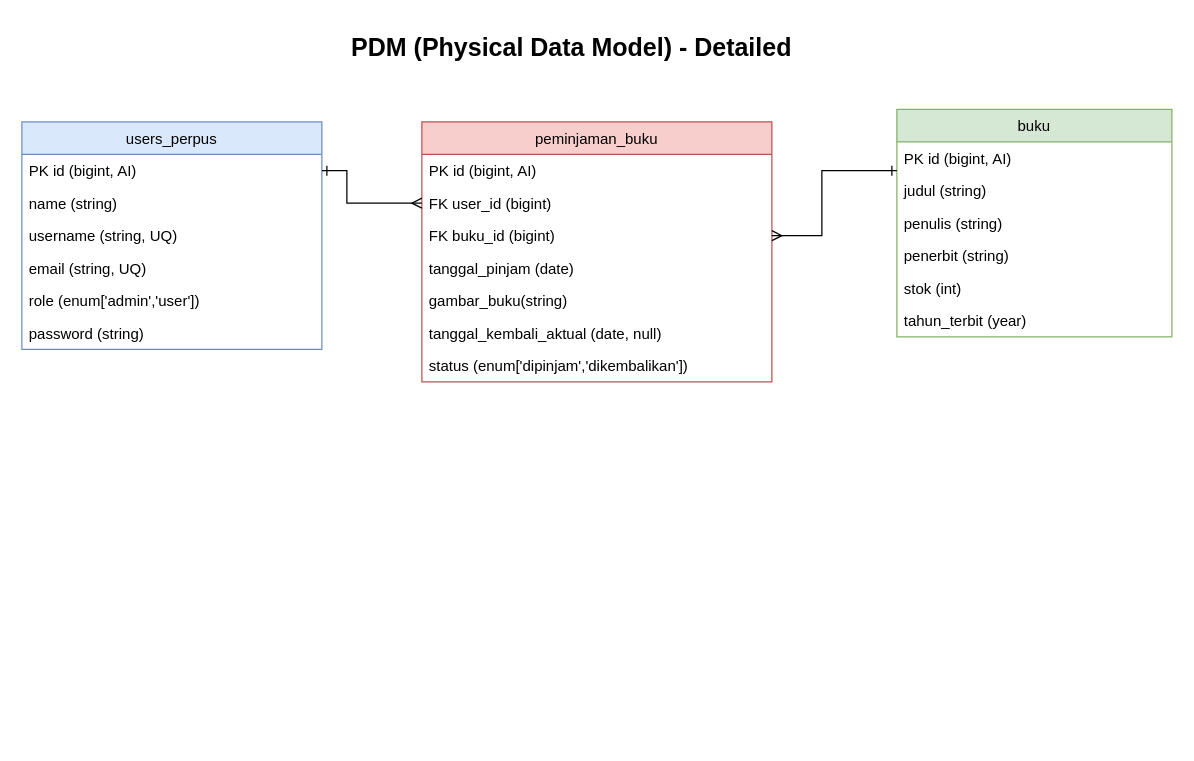
Before: pdm_perpus.drawio.xml in AdityaWijayaPutra30/Tugas-Akhir-DPW, a draw.io diagram. Source tidied: cells renumbered, new cells numbered last; positions are measured from the earlier drawing's top-left corner, leaving out a move shared by most shapes. Both pictures are drawn from the tidied source at 125%, with x=0, y=0 at pixel (21, 21).
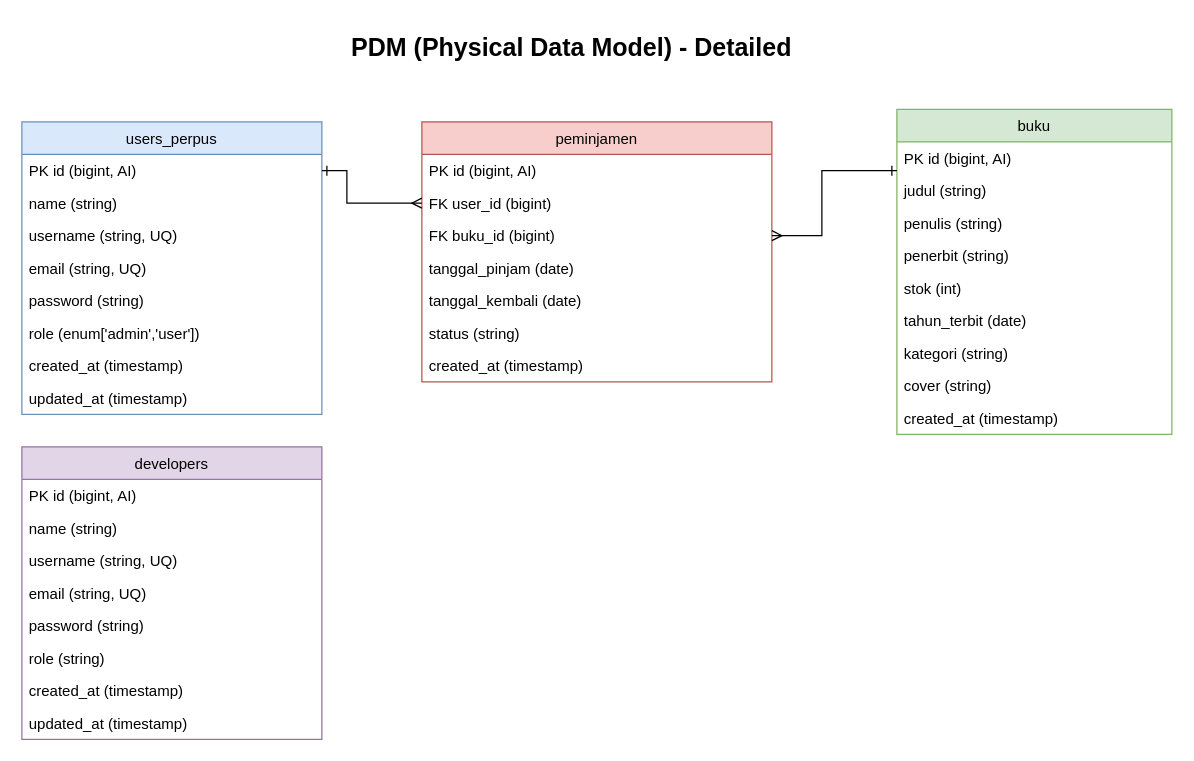
Above is the later version.

Change to the diagram source:
```diff
@@
     <mxCell id="3" value="users_perpus" style="swimlane;fontStyle=0;horizontal=1;startSize=26;fillColor=#dae8fc;strokeColor=#6c8ebf;" parent="1" vertex="1">
-      <mxGeometry y="80" width="240" height="182" as="geometry" />
+      <mxGeometry y="80" width="240" height="234" as="geometry" />
     </mxCell>
@@
-    <mxCell id="8" value="role (enum['admin','user'])" style="text;strokeColor=none;fillColor=none;align=left;verticalAlign=middle;spacingLeft=4;spacingRight=4;overflow=hidden;" parent="3" vertex="1">
+    <mxCell id="8" value="password (string)" style="text;strokeColor=none;fillColor=none;align=left;verticalAlign=middle;spacingLeft=4;spacingRight=4;overflow=hidden;" parent="3" vertex="1">
       <mxGeometry y="130" width="240" height="26" as="geometry" />
     </mxCell>
-    <mxCell id="9" value="password (string)" style="text;strokeColor=none;fillColor=none;align=left;verticalAlign=middle;spacingLeft=4;spacingRight=4;overflow=hidden;" parent="3" vertex="1">
+    <mxCell id="9" value="role (enum['admin','user'])" style="text;strokeColor=none;fillColor=none;align=left;verticalAlign=middle;spacingLeft=4;spacingRight=4;overflow=hidden;" parent="3" vertex="1">
       <mxGeometry y="156" width="240" height="26" as="geometry" />
     </mxCell>
+    <mxCell id="27" value="created_at (timestamp)" style="text;strokeColor=none;fillColor=none;align=left;verticalAlign=middle;spacingLeft=4;spacingRight=4;overflow=hidden;" parent="3" vertex="1">
+      <mxGeometry y="182" width="240" height="26" as="geometry" />
+    </mxCell>
+    <mxCell id="28" value="updated_at (timestamp)" style="text;strokeColor=none;fillColor=none;align=left;verticalAlign=middle;spacingLeft=4;spacingRight=4;overflow=hidden;" parent="3" vertex="1">
+      <mxGeometry y="208" width="240" height="26" as="geometry" />
+    </mxCell>
-    <mxCell id="10" value="peminjaman_buku" style="swimlane;fontStyle=0;horizontal=1;startSize=26;fillColor=#f8cecc;strokeColor=#b85450;" parent="1" vertex="1">
+    <mxCell id="10" value="peminjamen" style="swimlane;fontStyle=0;horizontal=1;startSize=26;fillColor=#f8cecc;strokeColor=#b85450;" parent="1" vertex="1">
       <mxGeometry x="320" y="80" width="280" height="208" as="geometry" />
     </mxCell>
@@
-    <mxCell id="15" value="gambar_buku(string)" style="text;strokeColor=none;fillColor=none;align=left;verticalAlign=middle;spacingLeft=4;spacingRight=4;overflow=hidden;" parent="10" vertex="1">
+    <mxCell id="15" value="tanggal_kembali (date)" style="text;strokeColor=none;fillColor=none;align=left;verticalAlign=middle;spacingLeft=4;spacingRight=4;overflow=hidden;" parent="10" vertex="1">
       <mxGeometry y="130" width="280" height="26" as="geometry" />
     </mxCell>
-    <mxCell id="16" value="tanggal_kembali_aktual (date, null)" style="text;strokeColor=none;fillColor=none;align=left;verticalAlign=middle;spacingLeft=4;spacingRight=4;overflow=hidden;" parent="10" vertex="1">
+    <mxCell id="16" value="status (string)" style="text;strokeColor=none;fillColor=none;align=left;verticalAlign=middle;spacingLeft=4;spacingRight=4;overflow=hidden;" parent="10" vertex="1">
       <mxGeometry y="156" width="280" height="26" as="geometry" />
     </mxCell>
-    <mxCell id="17" value="status (enum['dipinjam','dikembalikan'])" style="text;strokeColor=none;fillColor=none;align=left;verticalAlign=middle;spacingLeft=4;spacingRight=4;overflow=hidden;" parent="10" vertex="1">
+    <mxCell id="17" value="created_at (timestamp)" style="text;strokeColor=none;fillColor=none;align=left;verticalAlign=middle;spacingLeft=4;spacingRight=4;overflow=hidden;" parent="10" vertex="1">
       <mxGeometry y="182" width="280" height="26" as="geometry" />
     </mxCell>
     <mxCell id="18" value="buku" style="swimlane;fontStyle=0;horizontal=1;startSize=26;fillColor=#d5e8d4;strokeColor=#82b366;" parent="1" vertex="1">
-      <mxGeometry x="700" y="70" width="220" height="182" as="geometry" />
+      <mxGeometry x="700" y="70" width="220" height="260" as="geometry" />
     </mxCell>
@@
-    <mxCell id="24" value="tahun_terbit (year)" style="text;strokeColor=none;fillColor=none;align=left;verticalAlign=middle;spacingLeft=4;spacingRight=4;overflow=hidden;" parent="18" vertex="1">
+    <mxCell id="24" value="tahun_terbit (date)" style="text;strokeColor=none;fillColor=none;align=left;verticalAlign=middle;spacingLeft=4;spacingRight=4;overflow=hidden;" parent="18" vertex="1">
       <mxGeometry y="156" width="220" height="26" as="geometry" />
     </mxCell>
+    <mxCell id="29" value="kategori (string)" style="text;strokeColor=none;fillColor=none;align=left;verticalAlign=middle;spacingLeft=4;spacingRight=4;overflow=hidden;" parent="18" vertex="1">
+      <mxGeometry y="182" width="220" height="26" as="geometry" />
+    </mxCell>
+    <mxCell id="30" value="cover (string)" style="text;strokeColor=none;fillColor=none;align=left;verticalAlign=middle;spacingLeft=4;spacingRight=4;overflow=hidden;" parent="18" vertex="1">
+      <mxGeometry y="208" width="220" height="26" as="geometry" />
+    </mxCell>
+    <mxCell id="31" value="created_at (timestamp)" style="text;strokeColor=none;fillColor=none;align=left;verticalAlign=middle;spacingLeft=4;spacingRight=4;overflow=hidden;" parent="18" vertex="1">
+      <mxGeometry y="234" width="220" height="26" as="geometry" />
+    </mxCell>
@@
+    <mxCell id="32" value="developers" style="swimlane;fontStyle=0;horizontal=1;startSize=26;fillColor=#e1d5e7;strokeColor=#9673a6;" parent="1" vertex="1">
+      <mxGeometry y="340" width="240" height="234" as="geometry" />
+    </mxCell>
+    <mxCell id="33" value="PK id (bigint, AI)" style="text;strokeColor=none;fillColor=none;align=left;verticalAlign=middle;spacingLeft=4;spacingRight=4;overflow=hidden;" parent="32" vertex="1">
+      <mxGeometry y="26" width="240" height="26" as="geometry" />
+    </mxCell>
+    <mxCell id="34" value="name (string)" style="text;strokeColor=none;fillColor=none;align=left;verticalAlign=middle;spacingLeft=4;spacingRight=4;overflow=hidden;" parent="32" vertex="1">
+      <mxGeometry y="52" width="240" height="26" as="geometry" />
+    </mxCell>
+    <mxCell id="35" value="username (string, UQ)" style="text;strokeColor=none;fillColor=none;align=left;verticalAlign=middle;spacingLeft=4;spacingRight=4;overflow=hidden;" parent="32" vertex="1">
+      <mxGeometry y="78" width="240" height="26" as="geometry" />
+    </mxCell>
+    <mxCell id="36" value="email (string, UQ)" style="text;strokeColor=none;fillColor=none;align=left;verticalAlign=middle;spacingLeft=4;spacingRight=4;overflow=hidden;" parent="32" vertex="1">
+      <mxGeometry y="104" width="240" height="26" as="geometry" />
+    </mxCell>
+    <mxCell id="37" value="password (string)" style="text;strokeColor=none;fillColor=none;align=left;verticalAlign=middle;spacingLeft=4;spacingRight=4;overflow=hidden;" parent="32" vertex="1">
+      <mxGeometry y="130" width="240" height="26" as="geometry" />
+    </mxCell>
+    <mxCell id="38" value="role (string)" style="text;strokeColor=none;fillColor=none;align=left;verticalAlign=middle;spacingLeft=4;spacingRight=4;overflow=hidden;" parent="32" vertex="1">
+      <mxGeometry y="156" width="240" height="26" as="geometry" />
+    </mxCell>
+    <mxCell id="39" value="created_at (timestamp)" style="text;strokeColor=none;fillColor=none;align=left;verticalAlign=middle;spacingLeft=4;spacingRight=4;overflow=hidden;" parent="32" vertex="1">
+      <mxGeometry y="182" width="240" height="26" as="geometry" />
+    </mxCell>
+    <mxCell id="40" value="updated_at (timestamp)" style="text;strokeColor=none;fillColor=none;align=left;verticalAlign=middle;spacingLeft=4;spacingRight=4;overflow=hidden;" parent="32" vertex="1">
+      <mxGeometry y="208" width="240" height="26" as="geometry" />
+    </mxCell>
```
